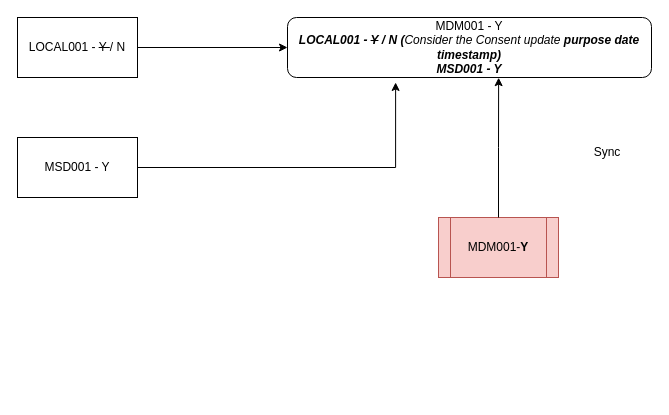
Before: page "Page-46" (46 of 46) of TME.drawio in biswarup81/drawings, a draw.io diagram. Source tidied: cells renumbered, new cells numbered last; positions are measured from the earlier drawing's top-left corner, leaving out a move shared by most shapes. Both pictures are drawn from the tidied source at 100%, with x=0, y=0 at pixel (17, 17).
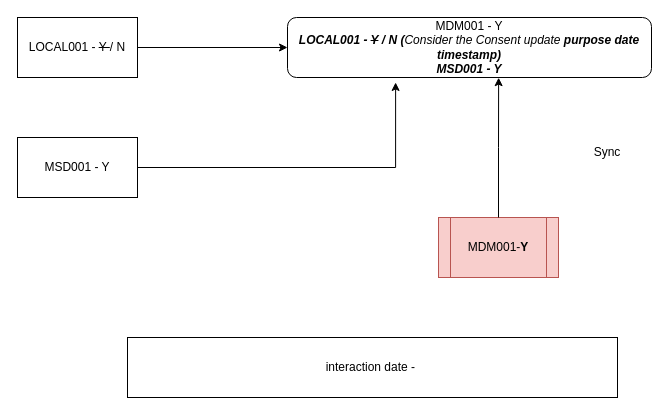
The same page after the edit.

Diff of the diagram source:
```diff
@@
 <mxGraphModel>
   <root>
     <mxCell id="0" />
     <mxCell id="1" parent="0" />
     <mxCell id="2" style="edgeStyle=orthogonalEdgeStyle;rounded=0;jettySize=auto;html=1;" parent="1" edge="1" source="3" target="4">
       <mxGeometry relative="1" as="geometry" />
     </mxCell>
     <mxCell id="3" value="LOCAL001 - &lt;strike&gt;Y &lt;/strike&gt;/ N" style="rounded=0;whiteSpace=wrap;html=1;" parent="1" vertex="1">
       <mxGeometry width="120" height="60" as="geometry" />
     </mxCell>
     <mxCell id="4" value="MDM001 - Y&lt;div&gt;&lt;i&gt;&lt;b&gt;LOCAL001 - &lt;strike&gt;Y&lt;/strike&gt; / N (&lt;/b&gt;Consider the Consent update &lt;b&gt;purpose date timestamp)&lt;/b&gt;&lt;/i&gt;&lt;/div&gt;&lt;div&gt;&lt;i&gt;&lt;b&gt;MSD001 - Y&lt;/b&gt;&lt;/i&gt;&lt;/div&gt;" style="rounded=1;whiteSpace=wrap;html=1;" parent="1" vertex="1">
       <mxGeometry x="270" width="364" height="60" as="geometry" />
     </mxCell>
     <mxCell id="5" value="MDM001-&lt;b&gt;Y&lt;/b&gt;" style="shape=process;whiteSpace=wrap;html=1;backgroundOutline=1;fillColor=#f8cecc;strokeColor=#b85450;" parent="1" vertex="1">
       <mxGeometry x="421" y="200" width="120" height="60" as="geometry" />
     </mxCell>
     <mxCell id="6" value="MSD001 - Y" style="rounded=0;whiteSpace=wrap;html=1;" parent="1" vertex="1">
       <mxGeometry y="120" width="120" height="60" as="geometry" />
     </mxCell>
     <mxCell id="7" style="edgeStyle=orthogonalEdgeStyle;rounded=0;jettySize=auto;html=1;entryX=0.58;entryY=1.003;entryDx=0;entryDy=0;entryPerimeter=0;" parent="1" edge="1" source="5" target="4">
       <mxGeometry relative="1" as="geometry" />
     </mxCell>
     <mxCell id="8" value="Sync" style="text;html=1;align=center;verticalAlign=middle;whiteSpace=wrap;rounded=0;" parent="1" vertex="1">
       <mxGeometry x="560" y="120" width="60" height="30" as="geometry" />
     </mxCell>
     <mxCell id="9" style="edgeStyle=orthogonalEdgeStyle;rounded=0;jettySize=auto;html=1;entryX=0.297;entryY=1.083;entryDx=0;entryDy=0;entryPerimeter=0;" parent="1" edge="1" source="6" target="4">
       <mxGeometry relative="1" as="geometry" />
     </mxCell>
+    <mxCell id="10" value="interaction date -&amp;nbsp;" style="rounded=0;whiteSpace=wrap;html=1;" parent="1" vertex="1">
+      <mxGeometry x="110" y="320" width="490" height="60" as="geometry" />
+    </mxCell>
   </root>
 </mxGraphModel>
```
